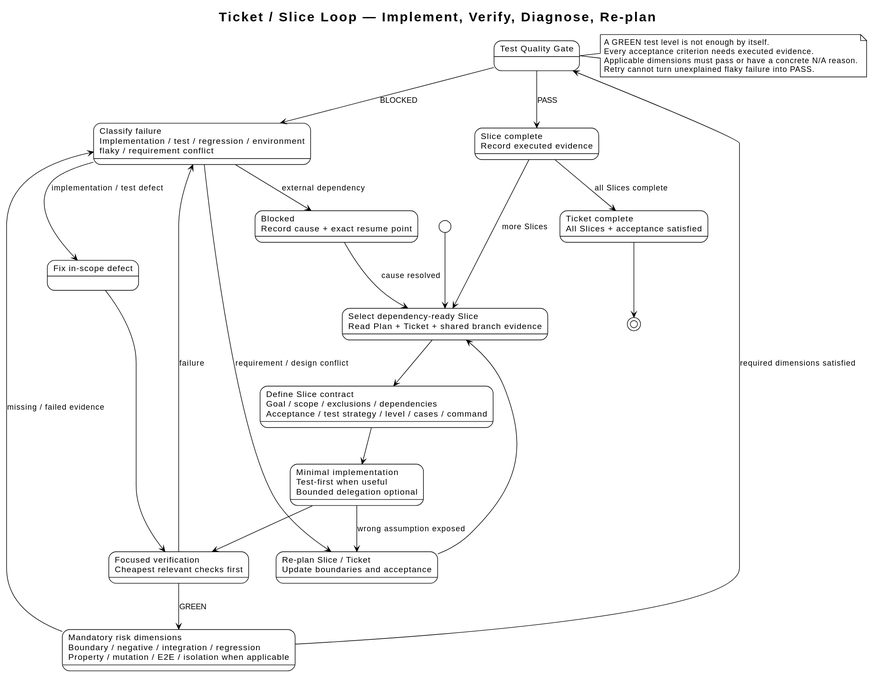
This is docs/architecture/diagrams/ticket-slice-loop.svg from i-zrhe2016/codex-development-workflow, a PlantUML export, as it was before one commit.
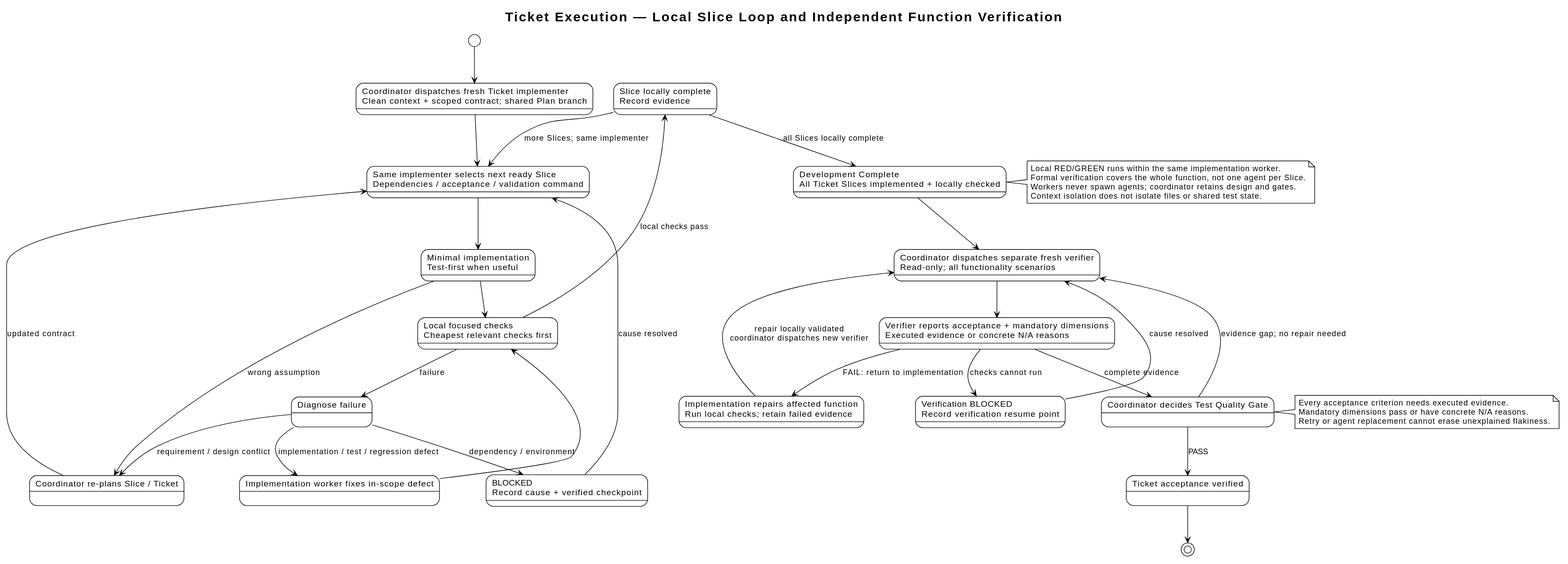
The same diagram one commit later.

Change to the diagram source:
```diff
@@ -4,46 +4,61 @@
 skinparam shadowing false
 skinparam defaultFontName Arial
 
-title Ticket / Slice Loop — Implement, Verify, Diagnose, Re-plan
+title Ticket Execution — Local Slice Loop and Independent Function Verification
 
-state "Select dependency-ready Slice\nRead Plan + Ticket + shared branch evidence" as select
-state "Define Slice contract\nGoal / scope / exclusions / dependencies\nAcceptance / test strategy / level / cases / command" as contract
-state "Minimal implementation\nTest-first when useful\nBounded delegation optional" as implement
-state "Focused verification\nCheapest relevant checks first" as focused
-state "Mandatory risk dimensions\nBoundary / negative / integration / regression\nProperty / mutation / E2E / isolation when applicable" as dimensions
-state "Test Quality Gate" as gate
-state "Classify failure\nImplementation / test / regression / environment\nflaky / requirement conflict" as diagnose
-state "Fix in-scope defect" as fix
-state "Blocked\nRecord cause + exact resume point" as blocked
-state "Re-plan Slice / Ticket\nUpdate boundaries and acceptance" as replan
-state "Slice complete\nRecord executed evidence" as slice_done
-state "Ticket complete\nAll Slices + acceptance satisfied" as ticket_done
+state "Coordinator dispatches fresh Ticket implementer\nClean context + scoped contract; shared Plan branch" as dispatch
+state "Same implementer selects next ready Slice\nDependencies / acceptance / validation command" as select
+state "Minimal implementation\nTest-first when useful" as implement
+state "Local focused checks\nCheapest relevant checks first" as focused
+state "Diagnose failure" as diagnose
+state "Implementation worker fixes in-scope defect" as fix
+state "BLOCKED\nRecord cause + verified checkpoint" as blocked
+state "Coordinator re-plans Slice / Ticket" as replan
+state "Slice locally complete\nRecord evidence" as slice_done
+state "Development Complete\nAll Ticket Slices implemented + locally checked" as developed
+state "Coordinator dispatches separate fresh verifier\nRead-only; all functionality scenarios" as verify
+state "Verifier reports acceptance + mandatory dimensions\nExecuted evidence or concrete N/A reasons" as evidence
+state "Coordinator decides Test Quality Gate" as gate
+state "Implementation repairs affected function\nRun local checks; retain failed evidence" as repair
+state "Verification BLOCKED\nRecord verification resume point" as verify_blocked
+state "Ticket acceptance verified" as ticket_done
 
-[*] --> select
-select --> contract
-contract --> implement
+[*] --> dispatch
+dispatch --> select
+select --> implement
 implement --> focused
 focused --> diagnose : failure
-focused --> dimensions : GREEN
-dimensions --> diagnose : missing / failed evidence
-dimensions --> gate : required dimensions satisfied
-gate --> diagnose : BLOCKED
-gate --> slice_done : PASS
-diagnose --> fix : implementation / test defect
+focused --> slice_done : local checks pass
+diagnose --> fix : implementation / test / regression defect
 fix --> focused
-diagnose --> blocked : external dependency
+diagnose --> blocked : dependency / environment
 blocked --> select : cause resolved
 diagnose --> replan : requirement / design conflict
-implement --> replan : wrong assumption exposed
-replan --> select
-slice_done --> select : more Slices
-slice_done --> ticket_done : all Slices complete
+implement --> replan : wrong assumption
+replan --> select : updated contract
+slice_done --> select : more Slices; same implementer
+slice_done --> developed : all Slices locally complete
+developed --> verify
+verify --> evidence
+evidence --> repair : FAIL: return to implementation
+repair --> verify : repair locally validated\ncoordinator dispatches new verifier
+evidence --> verify_blocked : checks cannot run
+verify_blocked --> verify : cause resolved
+evidence --> gate : complete evidence
+gate --> ticket_done : PASS
+gate --> verify : evidence gap; no repair needed
 ticket_done --> [*]
 
+note right of developed
+Local RED/GREEN runs within the same implementation worker.
+Formal verification covers the whole function, not one agent per Slice.
+Workers never spawn agents; coordinator retains design and gates.
+Context isolation does not isolate files or shared test state.
+end note
+
 note right of gate
-A GREEN test level is not enough by itself.
 Every acceptance criterion needs executed evidence.
-Applicable dimensions must pass or have a concrete N/A reason.
-Retry cannot turn unexplained flaky failure into PASS.
+Mandatory dimensions pass or have concrete N/A reasons.
+Retry or agent replacement cannot erase unexplained flakiness.
 end note
 @enduml
```
